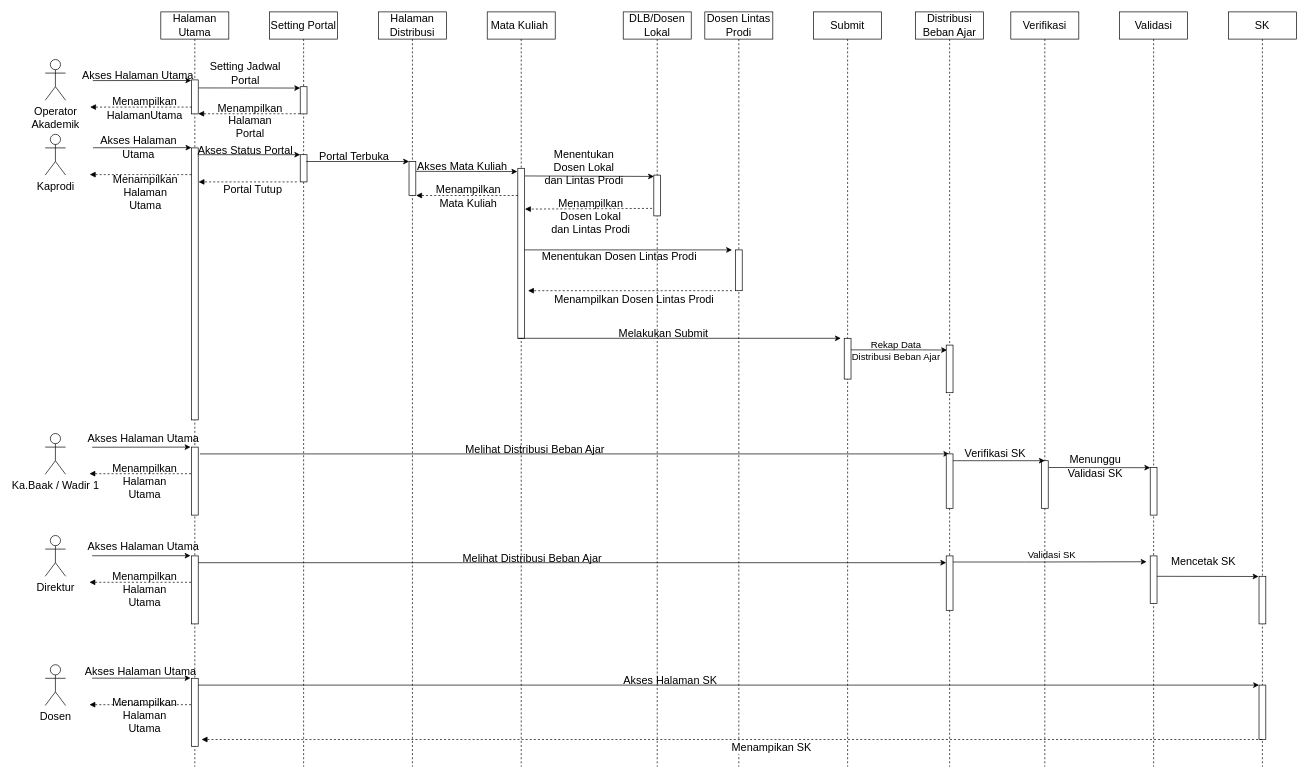
Above: page "Sequence" (4 of 4) of draw.io/UML-Distribusi.drawio in ributwiboworahayu/laporan-TA (draw.io), before the change. Source tidied: cells renumbered, new cells numbered last; positions are measured from the earlier drawing's top-left corner, leaving out a move shared by most shapes. Both pictures are drawn from the tidied source at 68%, with x=0, y=0 at pixel (45, 12).
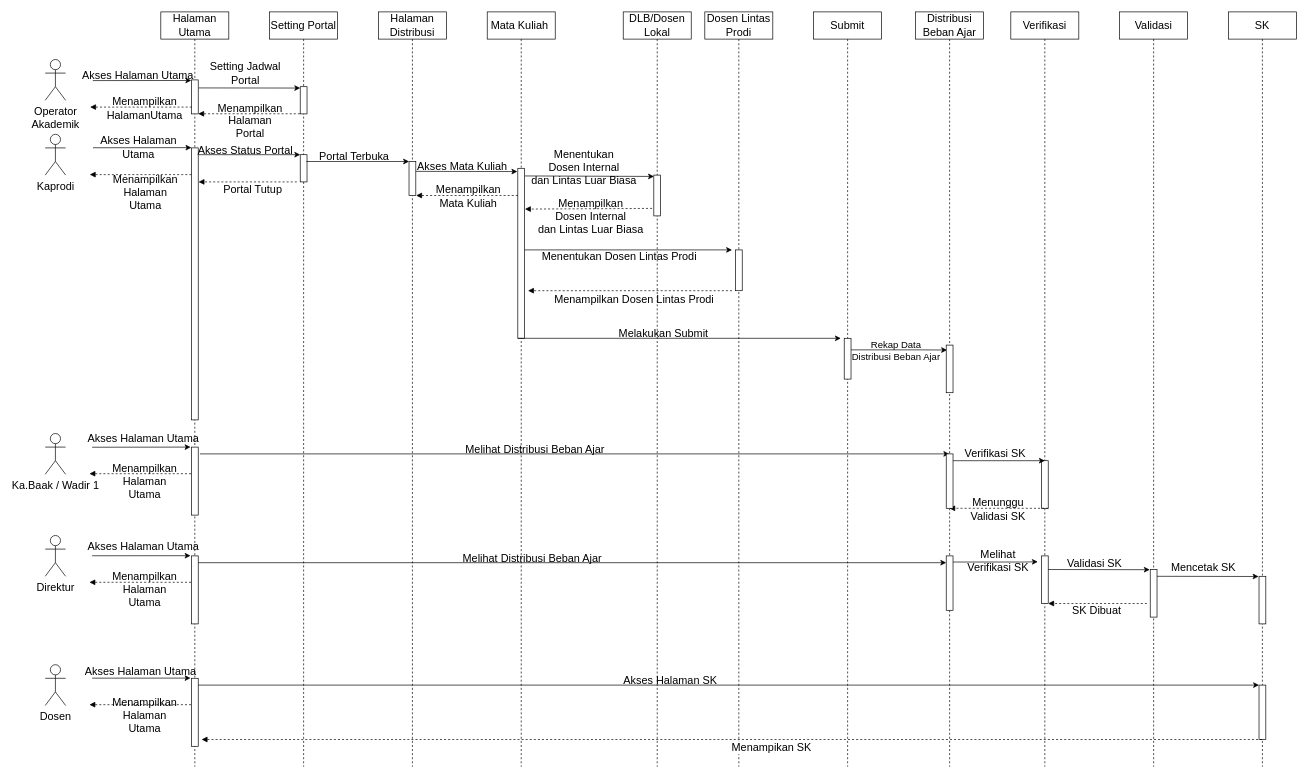
Above is the later version.

The change refers to these unchanged cells:
```xml
<mxCell id="26" value="Verifikasi" style="shape=umlLifeline;perimeter=lifelinePerimeter;whiteSpace=wrap;html=1;fontSize=16;" parent="1" vertex="1">
  <mxGeometry x="1420" width="100" height="1110" as="geometry" />
</mxCell>
<mxCell id="47" style="endArrow=classic;html=1;rounded=0;exitX=1.06;exitY=0.045;exitDx=0;exitDy=0;exitPerimeter=0;fontSize=16;entryX=0.02;entryY=0.033;entryDx=0;entryDy=0;entryPerimeter=0;" parent="1" edge="1" source="42" target="19">
  <mxGeometry relative="1" as="geometry" />
</mxCell>
<mxCell id="49" style="html=1;verticalAlign=bottom;labelBackgroundColor=none;endArrow=block;endFill=1;dashed=1;rounded=0;fontSize=16;exitX=-0.251;exitY=0.816;exitDx=0;exitDy=0;exitPerimeter=0;" parent="1" edge="1" source="19">
  <mxGeometry relative="1" as="geometry">
    <mxPoint x="705.5" y="290" as="targetPoint" />
  </mxGeometry>
</mxCell>
<mxCell id="62" value="Validasi" style="shape=umlLifeline;perimeter=lifelinePerimeter;whiteSpace=wrap;html=1;fontSize=16;" parent="1" vertex="1">
  <mxGeometry x="1580" width="100" height="1110" as="geometry" />
</mxCell>
<mxCell id="67" style="endArrow=classic;html=1;rounded=0;exitX=1.04;exitY=0.098;exitDx=0;exitDy=0;exitPerimeter=0;entryX=-0.027;entryY=0.017;entryDx=0;entryDy=0;entryPerimeter=0;fontSize=16;" parent="62" edge="1">
  <mxGeometry relative="1" as="geometry">
    <mxPoint x="55" y="830" as="sourcePoint" />
    <mxPoint x="204.3" y="830.3" as="targetPoint" />
  </mxGeometry>
</mxCell>
<mxCell id="92" value="Distribusi Beban Ajar" style="shape=umlLifeline;perimeter=lifelinePerimeter;whiteSpace=wrap;html=1;outlineConnect=0;fontSize=16;" parent="1" vertex="1">
  <mxGeometry x="1280" width="100" height="1110" as="geometry" />
</mxCell>
<mxCell id="98" style="edgeStyle=orthogonalEdgeStyle;rounded=0;jettySize=auto;html=1;entryX=-0.532;entryY=0.123;entryDx=0;entryDy=0;entryPerimeter=0;labelBackgroundColor=none;fontSize=14;fontColor=#000000;" parent="1" edge="1" source="97" target="66">
  <mxGeometry relative="1" as="geometry">
    <Array as="points">
      <mxPoint x="1440" y="809" />
      <mxPoint x="1440" y="809" />
    </Array>
  </mxGeometry>
</mxCell>
```

The edit, as a diff of the source:
```diff
@@
+    <mxCell id="100" style="html=1;verticalAlign=bottom;labelBackgroundColor=none;endArrow=block;endFill=1;dashed=1;rounded=0;fontSize=16;" parent="26" edge="1" target="92">
+      <mxGeometry relative="1" as="geometry">
+        <mxPoint x="55" y="730" as="sourcePoint" />
+      </mxGeometry>
+    </mxCell>
+    <mxCell id="65" value="Menunggu&lt;br style=&quot;font-size: 16px;&quot;&gt;Validasi SK" style="edgeLabel;html=1;align=center;verticalAlign=middle;labelBackgroundColor=none;fontSize=16;" parent="100" vertex="1">
+      <mxGeometry x="0.39" y="2" relative="1" as="geometry">
+        <mxPoint x="26" y="-2" as="offset" />
+      </mxGeometry>
+    </mxCell>
+    <mxCell id="66" style="html=1;points=[];perimeter=orthogonalPerimeter;fontSize=16;" parent="26" vertex="1">
+      <mxGeometry x="45" y="800" width="10" height="70" as="geometry" />
+    </mxCell>
+    <mxCell id="101" style="endArrow=classic;html=1;rounded=0;exitX=1.04;exitY=0.098;exitDx=0;exitDy=0;exitPerimeter=0;entryX=-0.027;entryY=0.017;entryDx=0;entryDy=0;entryPerimeter=0;fontSize=16;" parent="26" edge="1">
+      <mxGeometry relative="1" as="geometry">
+        <mxPoint x="55" y="820" as="sourcePoint" />
+        <mxPoint x="204.3" y="820.3" as="targetPoint" />
+      </mxGeometry>
+    </mxCell>
+    <mxCell id="102" value="Validasi SK" style="edgeLabel;html=1;align=center;verticalAlign=middle;fontSize=16;labelBackgroundColor=none;" parent="101" vertex="1">
+      <mxGeometry x="-0.11" relative="1" as="geometry">
+        <mxPoint x="2" y="-10" as="offset" />
+      </mxGeometry>
+    </mxCell>
@@
-    <mxCell id="48" value="Menentukan&lt;br&gt;Dosen Lokal&lt;br&gt;dan Lintas Prodi" style="edgeLabel;html=1;align=center;verticalAlign=middle;fontSize=16;labelBackgroundColor=none;" parent="47" vertex="1">
+    <mxCell id="48" value="Menentukan&lt;br&gt;Dosen Internal&lt;br&gt;dan Lintas Luar Biasa" style="edgeLabel;html=1;align=center;verticalAlign=middle;fontSize=16;labelBackgroundColor=none;" parent="47" vertex="1">
       <mxGeometry x="-0.11" relative="1" as="geometry">
         <mxPoint x="2" y="-13" as="offset" />
       </mxGeometry>
     </mxCell>
@@
-    <mxCell id="50" value="Menampilkan&lt;br&gt;Dosen Lokal&lt;br&gt;dan Lintas Prodi" style="edgeLabel;html=1;align=center;verticalAlign=middle;fontSize=16;labelBackgroundColor=none;" parent="49" vertex="1">
+    <mxCell id="50" value="Menampilkan&lt;br&gt;Dosen Internal&lt;br&gt;dan Lintas Luar Biasa" style="edgeLabel;html=1;align=center;verticalAlign=middle;fontSize=16;labelBackgroundColor=none;" parent="49" vertex="1">
       <mxGeometry x="-0.08" y="1" relative="1" as="geometry">
         <mxPoint x="-5" y="10" as="offset" />
       </mxGeometry>
     </mxCell>
@@
     <mxCell id="63" style="html=1;perimeter=orthogonalPerimeter;fontSize=16;" parent="62" vertex="1">
-      <mxGeometry x="45" y="670" width="10" height="70" as="geometry" />
+      <mxGeometry x="45" y="820" width="10" height="70" as="geometry" />
     </mxCell>
-    <mxCell id="64" style="endArrow=classic;html=1;rounded=0;exitX=1.04;exitY=0.098;exitDx=0;exitDy=0;exitPerimeter=0;entryX=-0.027;entryY=0.017;entryDx=0;entryDy=0;entryPerimeter=0;fontSize=16;" parent="62" edge="1">
-      <mxGeometry relative="1" as="geometry">
-        <mxPoint x="-104.3" y="670" as="sourcePoint" />
-        <mxPoint x="45" y="670.3" as="targetPoint" />
-      </mxGeometry>
-    </mxCell>
-    <mxCell id="65" value="Menunggu &lt;br&gt;Validasi SK" style="edgeLabel;html=1;align=center;verticalAlign=middle;fontSize=16;labelBackgroundColor=none;" parent="64" vertex="1">
-      <mxGeometry x="-0.11" relative="1" as="geometry">
-        <mxPoint x="2" y="-3" as="offset" />
-      </mxGeometry>
-    </mxCell>
-    <mxCell id="66" style="html=1;points=[];perimeter=orthogonalPerimeter;fontSize=16;" parent="62" vertex="1">
-      <mxGeometry x="45" y="800" width="10" height="70" as="geometry" />
-    </mxCell>
@@
     <mxCell id="68" value="Mencetak SK" style="edgeLabel;html=1;align=center;verticalAlign=middle;fontSize=16;" parent="67" vertex="1">
       <mxGeometry x="-0.11" relative="1" as="geometry">
-        <mxPoint x="2" y="-23" as="offset" />
+        <mxPoint x="2" y="-14" as="offset" />
       </mxGeometry>
     </mxCell>
@@
-    <mxCell id="99" value="Validasi SK" style="edgeLabel;html=1;align=center;verticalAlign=middle;fontSize=14;fontColor=#000000;labelBackgroundColor=none;" parent="98" vertex="1">
+    <mxCell id="99" value="Melihat&lt;br style=&quot;font-size: 16px;&quot;&gt;Verifikasi SK" style="edgeLabel;html=1;align=center;verticalAlign=middle;fontSize=16;fontColor=#000000;labelBackgroundColor=none;" parent="98" vertex="1">
       <mxGeometry x="-0.23" y="2" relative="1" as="geometry">
-        <mxPoint x="35" y="-8" as="offset" />
+        <mxPoint x="17" y="-1" as="offset" />
       </mxGeometry>
     </mxCell>
+    <mxCell id="103" style="html=1;verticalAlign=bottom;labelBackgroundColor=none;endArrow=block;endFill=1;dashed=1;rounded=0;fontSize=16;" parent="1" edge="1">
+      <mxGeometry relative="1" as="geometry">
+        <mxPoint x="1620.1" y="870" as="sourcePoint" />
+        <mxPoint x="1475" y="870" as="targetPoint" />
+      </mxGeometry>
+    </mxCell>
+    <mxCell id="104" value="SK Dibuat" style="edgeLabel;html=1;align=center;verticalAlign=middle;labelBackgroundColor=none;fontSize=16;" parent="103" vertex="1">
+      <mxGeometry x="0.39" y="2" relative="1" as="geometry">
+        <mxPoint x="26" y="7" as="offset" />
+      </mxGeometry>
+    </mxCell>
```
